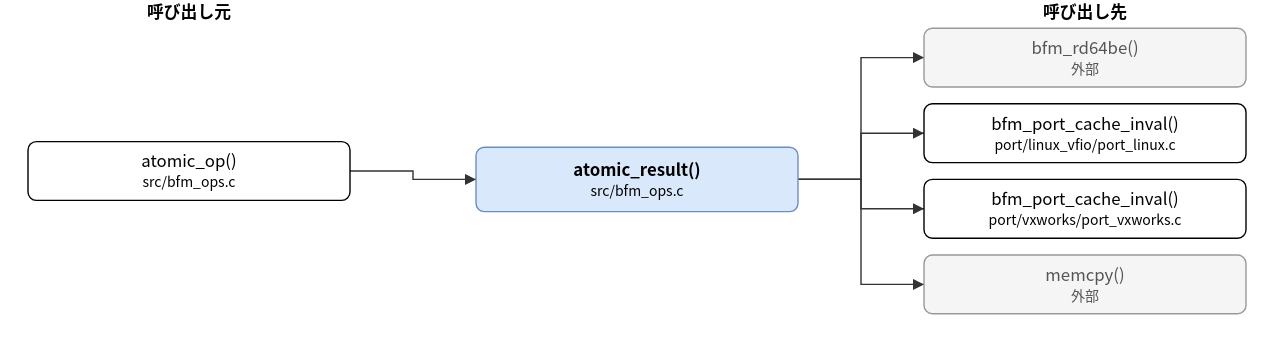
Above: doc/spec/images/call_src_bfm_ops__atomic_result.drawio.svg in hf355051012-ai/bfmem (draw.io), before the change. Source tidied: cells renumbered, new cells last; positions are measured from the earlier drawing's top-left corner, leaving out a move shared by most shapes. Its diagram source:
```xml
<mxGraphModel>
  <root>
    <mxCell id="0" />
    <mxCell id="1" parent="0" />
    <mxCell id="2" value="atomic_result()&lt;br&gt;&lt;font style=&quot;font-size:10px&quot;&gt;src/bfm_ops.c&lt;/font&gt;" style="rounded=1;whiteSpace=wrap;html=1;fillColor=#dae8fc;strokeColor=#6c8ebf;fontStyle=1;" parent="1" vertex="1">
      <mxGeometry x="320" y="105" width="230" height="46" as="geometry" />
    </mxCell>
    <mxCell id="3" value="atomic_op()&lt;br&gt;&lt;font style=&quot;font-size:10px&quot;&gt;src/bfm_ops.c&lt;/font&gt;" style="rounded=1;whiteSpace=wrap;html=1;" parent="1" vertex="1">
      <mxGeometry y="101" width="230" height="42" as="geometry" />
    </mxCell>
    <mxCell id="4" value="bfm_rd64be()&lt;br&gt;&lt;font style=&quot;font-size:10px&quot;&gt;外部&lt;/font&gt;" style="rounded=1;whiteSpace=wrap;html=1;fillColor=#f5f5f5;strokeColor=#999999;fontColor=#555555;" parent="1" vertex="1">
      <mxGeometry x="640" y="20" width="230" height="42" as="geometry" />
    </mxCell>
    <mxCell id="5" value="bfm_port_cache_inval()&lt;br&gt;&lt;font style=&quot;font-size:10px&quot;&gt;port/linux_vfio/port_linux.c&lt;/font&gt;" style="rounded=1;whiteSpace=wrap;html=1;" parent="1" vertex="1">
      <mxGeometry x="640" y="74" width="230" height="42" as="geometry" />
    </mxCell>
    <mxCell id="6" value="bfm_port_cache_inval()&lt;br&gt;&lt;font style=&quot;font-size:10px&quot;&gt;port/vxworks/port_vxworks.c&lt;/font&gt;" style="rounded=1;whiteSpace=wrap;html=1;" parent="1" vertex="1">
      <mxGeometry x="640" y="128" width="230" height="42" as="geometry" />
    </mxCell>
    <mxCell id="7" value="memcpy()&lt;br&gt;&lt;font style=&quot;font-size:10px&quot;&gt;外部&lt;/font&gt;" style="rounded=1;whiteSpace=wrap;html=1;fillColor=#f5f5f5;strokeColor=#999999;fontColor=#555555;" parent="1" vertex="1">
      <mxGeometry x="640" y="182" width="230" height="42" as="geometry" />
    </mxCell>
    <mxCell id="8" style="edgeStyle=none;html=1;rounded=0;endArrow=block;endFill=1;exitX=1.0000;exitY=0.5000;exitDx=0;exitDy=0;exitPerimeter=0;entryX=0.0000;entryY=0.5000;entryDx=0;entryDy=0;entryPerimeter=0;" parent="1" edge="1" source="3" target="2">
      <mxGeometry relative="1" as="geometry">
        <Array as="points">
          <mxPoint x="275" y="122" />
          <mxPoint x="275" y="128" />
        </Array>
      </mxGeometry>
    </mxCell>
    <mxCell id="9" style="edgeStyle=none;html=1;rounded=0;endArrow=block;endFill=1;exitX=1.0000;exitY=0.5000;exitDx=0;exitDy=0;exitPerimeter=0;entryX=0.0000;entryY=0.5000;entryDx=0;entryDy=0;entryPerimeter=0;" parent="1" edge="1" source="2" target="4">
      <mxGeometry relative="1" as="geometry">
        <Array as="points">
          <mxPoint x="595" y="128" />
          <mxPoint x="595" y="41" />
        </Array>
      </mxGeometry>
    </mxCell>
    <mxCell id="10" style="edgeStyle=none;html=1;rounded=0;endArrow=block;endFill=1;exitX=1.0000;exitY=0.5000;exitDx=0;exitDy=0;exitPerimeter=0;entryX=0.0000;entryY=0.5000;entryDx=0;entryDy=0;entryPerimeter=0;" parent="1" edge="1" source="2" target="5">
      <mxGeometry relative="1" as="geometry">
        <Array as="points">
          <mxPoint x="595" y="128" />
          <mxPoint x="595" y="95" />
        </Array>
      </mxGeometry>
    </mxCell>
    <mxCell id="11" style="edgeStyle=none;html=1;rounded=0;endArrow=block;endFill=1;exitX=1.0000;exitY=0.5000;exitDx=0;exitDy=0;exitPerimeter=0;entryX=0.0000;entryY=0.5000;entryDx=0;entryDy=0;entryPerimeter=0;" parent="1" edge="1" source="2" target="6">
      <mxGeometry relative="1" as="geometry">
        <Array as="points">
          <mxPoint x="595" y="128" />
          <mxPoint x="595" y="149" />
        </Array>
      </mxGeometry>
    </mxCell>
    <mxCell id="12" style="edgeStyle=none;html=1;rounded=0;endArrow=block;endFill=1;exitX=1.0000;exitY=0.5000;exitDx=0;exitDy=0;exitPerimeter=0;entryX=0.0000;entryY=0.5000;entryDx=0;entryDy=0;entryPerimeter=0;" parent="1" edge="1" source="2" target="7">
      <mxGeometry relative="1" as="geometry">
        <Array as="points">
          <mxPoint x="595" y="128" />
          <mxPoint x="595" y="203" />
        </Array>
      </mxGeometry>
    </mxCell>
    <mxCell id="13" value="呼び出し元" style="text;html=1;align=center;fontStyle=1;" parent="1" vertex="1">
      <mxGeometry x="35" width="160" height="18" as="geometry" />
    </mxCell>
    <mxCell id="14" value="呼び出し先" style="text;html=1;align=center;fontStyle=1;" parent="1" vertex="1">
      <mxGeometry x="675" width="160" height="18" as="geometry" />
    </mxCell>
  </root>
</mxGraphModel>
```
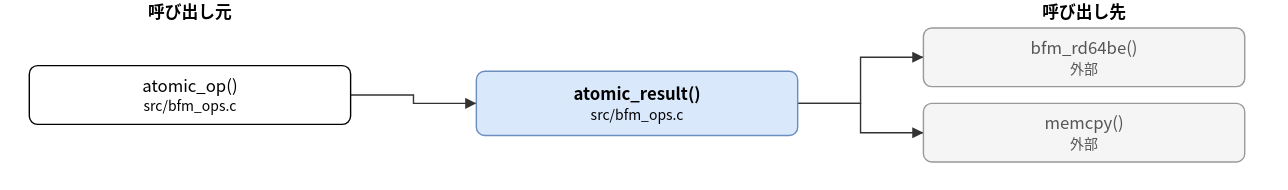
The same diagram one commit later.

Diff of the diagram source:
```diff
@@ -3,35 +3,29 @@
     <mxCell id="0" />
     <mxCell id="1" parent="0" />
     <mxCell id="2" value="atomic_result()&lt;br&gt;&lt;font style=&quot;font-size:10px&quot;&gt;src/bfm_ops.c&lt;/font&gt;" style="rounded=1;whiteSpace=wrap;html=1;fillColor=#dae8fc;strokeColor=#6c8ebf;fontStyle=1;" parent="1" vertex="1">
-      <mxGeometry x="320" y="105" width="230" height="46" as="geometry" />
+      <mxGeometry x="320" y="51" width="230" height="46" as="geometry" />
     </mxCell>
     <mxCell id="3" value="atomic_op()&lt;br&gt;&lt;font style=&quot;font-size:10px&quot;&gt;src/bfm_ops.c&lt;/font&gt;" style="rounded=1;whiteSpace=wrap;html=1;" parent="1" vertex="1">
-      <mxGeometry y="101" width="230" height="42" as="geometry" />
+      <mxGeometry y="47" width="230" height="42" as="geometry" />
     </mxCell>
     <mxCell id="4" value="bfm_rd64be()&lt;br&gt;&lt;font style=&quot;font-size:10px&quot;&gt;外部&lt;/font&gt;" style="rounded=1;whiteSpace=wrap;html=1;fillColor=#f5f5f5;strokeColor=#999999;fontColor=#555555;" parent="1" vertex="1">
       <mxGeometry x="640" y="20" width="230" height="42" as="geometry" />
     </mxCell>
-    <mxCell id="5" value="bfm_port_cache_inval()&lt;br&gt;&lt;font style=&quot;font-size:10px&quot;&gt;port/linux_vfio/port_linux.c&lt;/font&gt;" style="rounded=1;whiteSpace=wrap;html=1;" parent="1" vertex="1">
+    <mxCell id="5" value="memcpy()&lt;br&gt;&lt;font style=&quot;font-size:10px&quot;&gt;外部&lt;/font&gt;" style="rounded=1;whiteSpace=wrap;html=1;fillColor=#f5f5f5;strokeColor=#999999;fontColor=#555555;" parent="1" vertex="1">
       <mxGeometry x="640" y="74" width="230" height="42" as="geometry" />
     </mxCell>
-    <mxCell id="6" value="bfm_port_cache_inval()&lt;br&gt;&lt;font style=&quot;font-size:10px&quot;&gt;port/vxworks/port_vxworks.c&lt;/font&gt;" style="rounded=1;whiteSpace=wrap;html=1;" parent="1" vertex="1">
-      <mxGeometry x="640" y="128" width="230" height="42" as="geometry" />
-    </mxCell>
-    <mxCell id="7" value="memcpy()&lt;br&gt;&lt;font style=&quot;font-size:10px&quot;&gt;外部&lt;/font&gt;" style="rounded=1;whiteSpace=wrap;html=1;fillColor=#f5f5f5;strokeColor=#999999;fontColor=#555555;" parent="1" vertex="1">
-      <mxGeometry x="640" y="182" width="230" height="42" as="geometry" />
-    </mxCell>
     <mxCell id="8" style="edgeStyle=none;html=1;rounded=0;endArrow=block;endFill=1;exitX=1.0000;exitY=0.5000;exitDx=0;exitDy=0;exitPerimeter=0;entryX=0.0000;entryY=0.5000;entryDx=0;entryDy=0;entryPerimeter=0;" parent="1" edge="1" source="3" target="2">
       <mxGeometry relative="1" as="geometry">
         <Array as="points">
-          <mxPoint x="275" y="122" />
-          <mxPoint x="275" y="128" />
+          <mxPoint x="275" y="68" />
+          <mxPoint x="275" y="74" />
         </Array>
       </mxGeometry>
     </mxCell>
     <mxCell id="9" style="edgeStyle=none;html=1;rounded=0;endArrow=block;endFill=1;exitX=1.0000;exitY=0.5000;exitDx=0;exitDy=0;exitPerimeter=0;entryX=0.0000;entryY=0.5000;entryDx=0;entryDy=0;entryPerimeter=0;" parent="1" edge="1" source="2" target="4">
       <mxGeometry relative="1" as="geometry">
         <Array as="points">
-          <mxPoint x="595" y="128" />
+          <mxPoint x="595" y="74" />
           <mxPoint x="595" y="41" />
         </Array>
       </mxGeometry>
@@ -39,27 +33,11 @@
     <mxCell id="10" style="edgeStyle=none;html=1;rounded=0;endArrow=block;endFill=1;exitX=1.0000;exitY=0.5000;exitDx=0;exitDy=0;exitPerimeter=0;entryX=0.0000;entryY=0.5000;entryDx=0;entryDy=0;entryPerimeter=0;" parent="1" edge="1" source="2" target="5">
       <mxGeometry relative="1" as="geometry">
         <Array as="points">
-          <mxPoint x="595" y="128" />
+          <mxPoint x="595" y="74" />
           <mxPoint x="595" y="95" />
         </Array>
       </mxGeometry>
     </mxCell>
-    <mxCell id="11" style="edgeStyle=none;html=1;rounded=0;endArrow=block;endFill=1;exitX=1.0000;exitY=0.5000;exitDx=0;exitDy=0;exitPerimeter=0;entryX=0.0000;entryY=0.5000;entryDx=0;entryDy=0;entryPerimeter=0;" parent="1" edge="1" source="2" target="6">
-      <mxGeometry relative="1" as="geometry">
-        <Array as="points">
-          <mxPoint x="595" y="128" />
-          <mxPoint x="595" y="149" />
-        </Array>
-      </mxGeometry>
-    </mxCell>
-    <mxCell id="12" style="edgeStyle=none;html=1;rounded=0;endArrow=block;endFill=1;exitX=1.0000;exitY=0.5000;exitDx=0;exitDy=0;exitPerimeter=0;entryX=0.0000;entryY=0.5000;entryDx=0;entryDy=0;entryPerimeter=0;" parent="1" edge="1" source="2" target="7">
-      <mxGeometry relative="1" as="geometry">
-        <Array as="points">
-          <mxPoint x="595" y="128" />
-          <mxPoint x="595" y="203" />
-        </Array>
-      </mxGeometry>
-    </mxCell>
     <mxCell id="13" value="呼び出し元" style="text;html=1;align=center;fontStyle=1;" parent="1" vertex="1">
       <mxGeometry x="35" width="160" height="18" as="geometry" />
     </mxCell>
```
